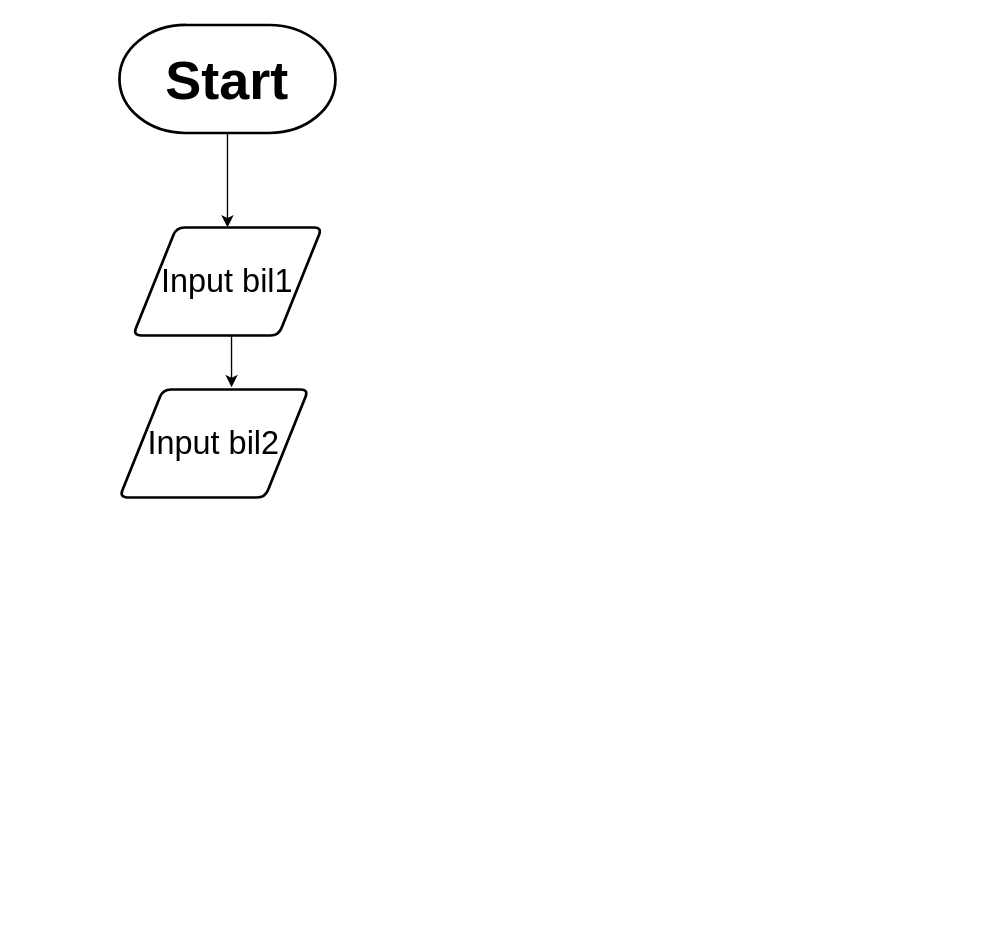
Earlier version of the draw.io diagram LKM PD4.drawio (Rizqirazkafi/Flowchart). Source tidied: cells renumbered, new cells numbered last; positions are measured from the earlier drawing's top-left corner, leaving out a move shared by most shapes. Both pictures are drawn from the tidied source at 135%, with x=0, y=0 at pixel (119, 24).
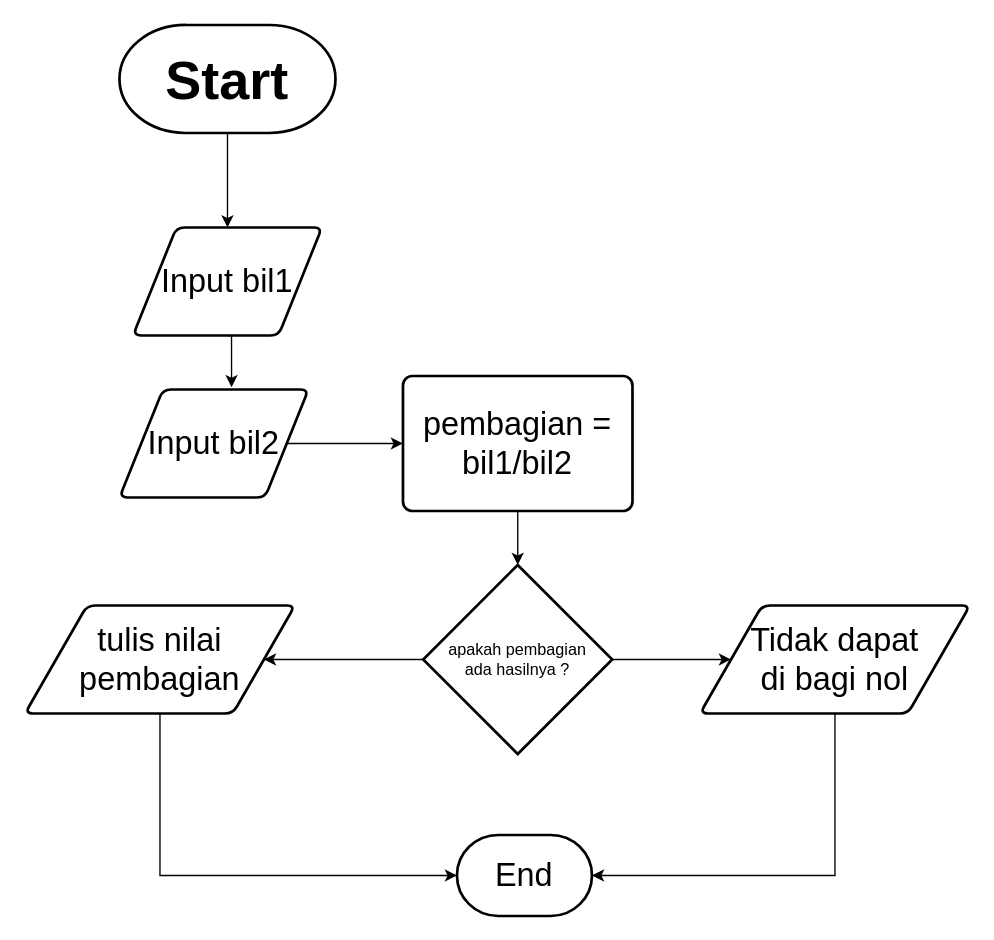
The same page after the edit.

Change to the diagram source:
```diff
@@
 <mxGraphModel>
   <root>
     <mxCell id="0" />
     <mxCell id="1" parent="0" />
     <mxCell id="2" style="edgeStyle=orthogonalEdgeStyle;rounded=0;jettySize=auto;html=1;exitX=0.5;exitY=1;exitDx=0;exitDy=0;exitPerimeter=0;entryX=0.5;entryY=0;entryDx=0;entryDy=0;" parent="1" edge="1" source="3" target="5">
       <mxGeometry relative="1" as="geometry" />
     </mxCell>
     <mxCell id="3" value="&lt;b&gt;&lt;font style=&quot;font-size: 40px&quot;&gt;Start&lt;/font&gt;&lt;/b&gt;" style="strokeWidth=2;html=1;shape=mxgraph.flowchart.terminator;whiteSpace=wrap;" parent="1" vertex="1">
       <mxGeometry width="160" height="80" as="geometry" />
     </mxCell>
     <mxCell id="4" style="edgeStyle=orthogonalEdgeStyle;rounded=0;jettySize=auto;html=1;exitX=0.5;exitY=1;exitDx=0;exitDy=0;entryX=0.593;entryY=-0.021;entryDx=0;entryDy=0;entryPerimeter=0;" parent="1" edge="1" source="5" target="6">
       <mxGeometry relative="1" as="geometry" />
     </mxCell>
     <mxCell id="5" value="&lt;font style=&quot;font-size: 24px&quot;&gt;Input bil1&lt;/font&gt;" style="shape=parallelogram;html=1;strokeWidth=2;perimeter=parallelogramPerimeter;whiteSpace=wrap;rounded=1;arcSize=12;size=0.23;" parent="1" vertex="1">
       <mxGeometry x="10" y="150" width="140" height="80" as="geometry" />
     </mxCell>
+    <mxCell id="7" style="edgeStyle=orthogonalEdgeStyle;rounded=0;jettySize=auto;html=1;exitX=1;exitY=0.5;exitDx=0;exitDy=0;entryX=0;entryY=0.5;entryDx=0;entryDy=0;" parent="1" edge="1" source="6" target="9">
+      <mxGeometry relative="1" as="geometry" />
+    </mxCell>
     <mxCell id="6" value="&lt;font style=&quot;font-size: 24px&quot;&gt;Input bil2&lt;/font&gt;" style="shape=parallelogram;html=1;strokeWidth=2;perimeter=parallelogramPerimeter;whiteSpace=wrap;rounded=1;arcSize=12;size=0.23;" parent="1" vertex="1">
       <mxGeometry y="270" width="140" height="80" as="geometry" />
     </mxCell>
+    <mxCell id="8" style="edgeStyle=orthogonalEdgeStyle;rounded=0;jettySize=auto;html=1;exitX=0.5;exitY=1;exitDx=0;exitDy=0;entryX=0.5;entryY=0;entryDx=0;entryDy=0;entryPerimeter=0;" parent="1" edge="1" source="9" target="12">
+      <mxGeometry relative="1" as="geometry" />
+    </mxCell>
+    <mxCell id="9" value="&lt;div&gt;&lt;font style=&quot;font-size: 24px&quot;&gt;pembagian =&lt;/font&gt;&lt;/div&gt;&lt;div&gt;&lt;font style=&quot;font-size: 24px&quot;&gt;bil1/bil2&lt;br&gt;&lt;/font&gt;&lt;/div&gt;" style="rounded=1;whiteSpace=wrap;html=1;absoluteArcSize=1;arcSize=14;strokeWidth=2;" parent="1" vertex="1">
+      <mxGeometry x="210" y="260" width="170" height="100" as="geometry" />
+    </mxCell>
+    <mxCell id="10" style="edgeStyle=orthogonalEdgeStyle;rounded=0;jettySize=auto;html=1;exitX=1;exitY=0.5;exitDx=0;exitDy=0;exitPerimeter=0;entryX=0;entryY=0.5;entryDx=0;entryDy=0;" parent="1" edge="1" source="12" target="14">
+      <mxGeometry relative="1" as="geometry" />
+    </mxCell>
+    <mxCell id="11" style="edgeStyle=orthogonalEdgeStyle;rounded=0;jettySize=auto;html=1;exitX=0;exitY=0.5;exitDx=0;exitDy=0;exitPerimeter=0;" parent="1" edge="1" source="12" target="16">
+      <mxGeometry relative="1" as="geometry" />
+    </mxCell>
+    <mxCell id="12" value="&lt;div&gt;apakah pembagian&lt;/div&gt;&lt;div&gt;ada hasilnya ?&lt;br&gt;&lt;/div&gt;" style="strokeWidth=2;html=1;shape=mxgraph.flowchart.decision;whiteSpace=wrap;" parent="1" vertex="1">
+      <mxGeometry x="225" y="400" width="140" height="140" as="geometry" />
+    </mxCell>
+    <mxCell id="13" style="edgeStyle=orthogonalEdgeStyle;rounded=0;jettySize=auto;html=1;exitX=0.5;exitY=1;exitDx=0;exitDy=0;entryX=1;entryY=0.5;entryDx=0;entryDy=0;entryPerimeter=0;" parent="1" edge="1" source="14" target="17">
+      <mxGeometry relative="1" as="geometry" />
+    </mxCell>
+    <mxCell id="14" value="&lt;div style=&quot;font-size: 24px&quot;&gt;&lt;font style=&quot;font-size: 24px&quot;&gt;Tidak dapat&lt;/font&gt;&lt;/div&gt;&lt;div style=&quot;font-size: 24px&quot;&gt;&lt;font style=&quot;font-size: 24px&quot;&gt;di bagi nol&lt;br&gt;&lt;/font&gt;&lt;/div&gt;" style="shape=parallelogram;html=1;strokeWidth=2;perimeter=parallelogramPerimeter;whiteSpace=wrap;rounded=1;arcSize=12;size=0.23;" parent="1" vertex="1">
+      <mxGeometry x="430" y="430" width="200" height="80" as="geometry" />
+    </mxCell>
+    <mxCell id="15" style="edgeStyle=orthogonalEdgeStyle;rounded=0;jettySize=auto;html=1;exitX=0.5;exitY=1;exitDx=0;exitDy=0;entryX=0;entryY=0.5;entryDx=0;entryDy=0;entryPerimeter=0;" parent="1" edge="1" source="16" target="17">
+      <mxGeometry relative="1" as="geometry" />
+    </mxCell>
+    <mxCell id="16" value="&lt;div style=&quot;font-size: 24px&quot;&gt;&lt;font style=&quot;font-size: 24px&quot;&gt;tulis nilai&lt;/font&gt;&lt;/div&gt;&lt;div style=&quot;font-size: 24px&quot;&gt;&lt;font style=&quot;font-size: 24px&quot;&gt; pembagian&lt;/font&gt;&lt;/div&gt;" style="shape=parallelogram;html=1;strokeWidth=2;perimeter=parallelogramPerimeter;whiteSpace=wrap;rounded=1;arcSize=12;size=0.23;" parent="1" vertex="1">
+      <mxGeometry x="-70" y="430" width="200" height="80" as="geometry" />
+    </mxCell>
+    <mxCell id="17" value="&lt;font style=&quot;font-size: 24px&quot;&gt;End&lt;/font&gt;" style="strokeWidth=2;html=1;shape=mxgraph.flowchart.terminator;whiteSpace=wrap;" parent="1" vertex="1">
+      <mxGeometry x="250" y="600" width="100" height="60" as="geometry" />
+    </mxCell>
   </root>
 </mxGraphModel>
```
